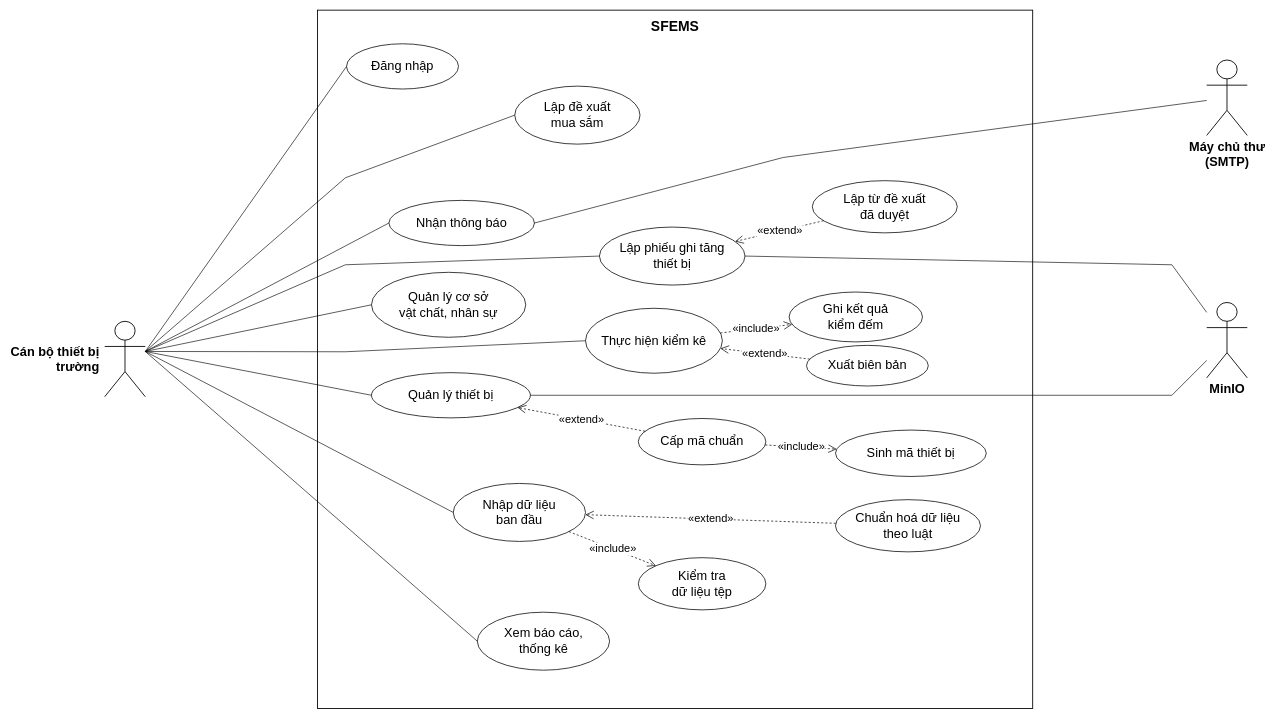
Above: docs/VN/diagram/Report 3/05 Use case/06 Can bo thiet bi truong.drawio in LuuDong2004/SEP490_G123_SFEMS (draw.io), before the change. Source tidied: cells renumbered, new cells numbered last; positions are measured from the earlier drawing's top-left corner, leaving out a move shared by most shapes. Both pictures are drawn from the tidied source at 58%, with x=0, y=0 at pixel (104, 10).
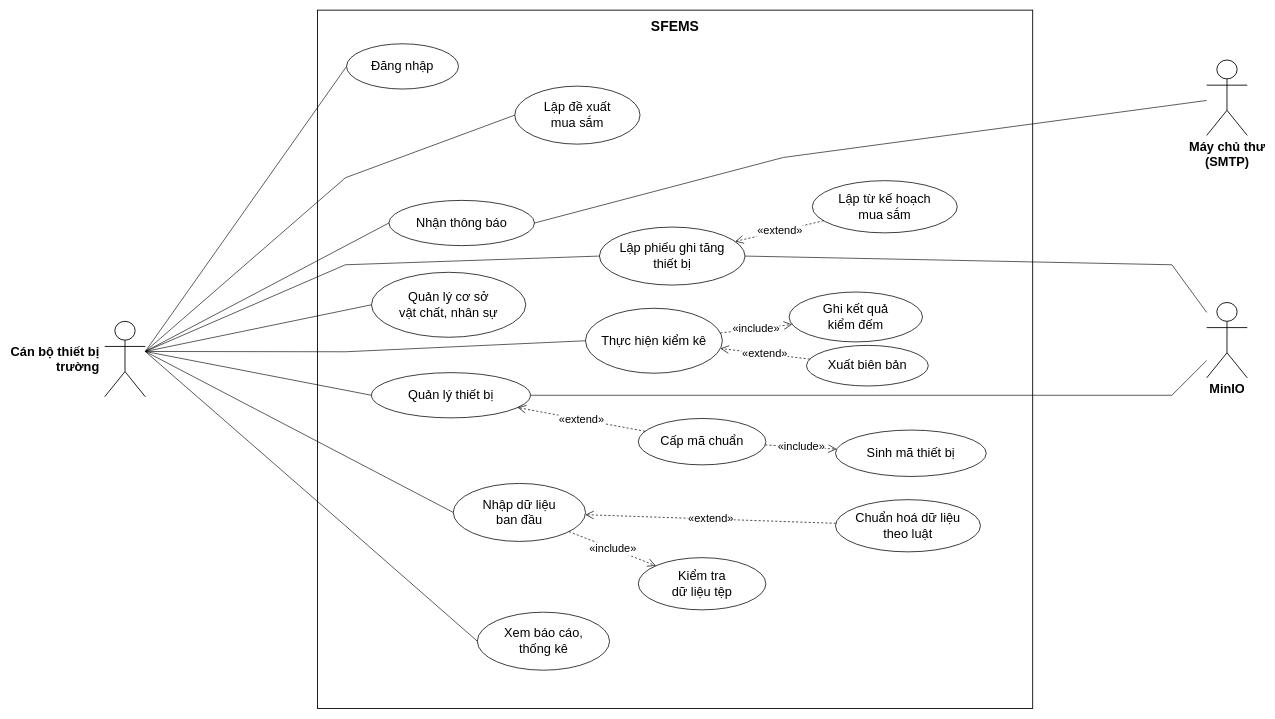
After the change.

The edit, as a diff of the source:
```diff
@@
-    <mxCell id="35" value="Lập từ đề xuất&lt;br&gt;đã duyệt" style="ellipse;whiteSpace=wrap;html=1;fillColor=#FFFFFF;strokeColor=#000000;strokeWidth=1.3;fontSize=22;fontFamily=Arial;" parent="1" vertex="1">
+    <mxCell id="35" value="Lập từ kế hoạch&lt;br&gt;mua sắm" style="ellipse;whiteSpace=wrap;html=1;fillColor=#FFFFFF;strokeColor=#000000;strokeWidth=1.3;fontSize=22;fontFamily=Arial;" parent="1" vertex="1">
       <mxGeometry x="1220" y="294" width="250" height="90" as="geometry" />
     </mxCell>
```
